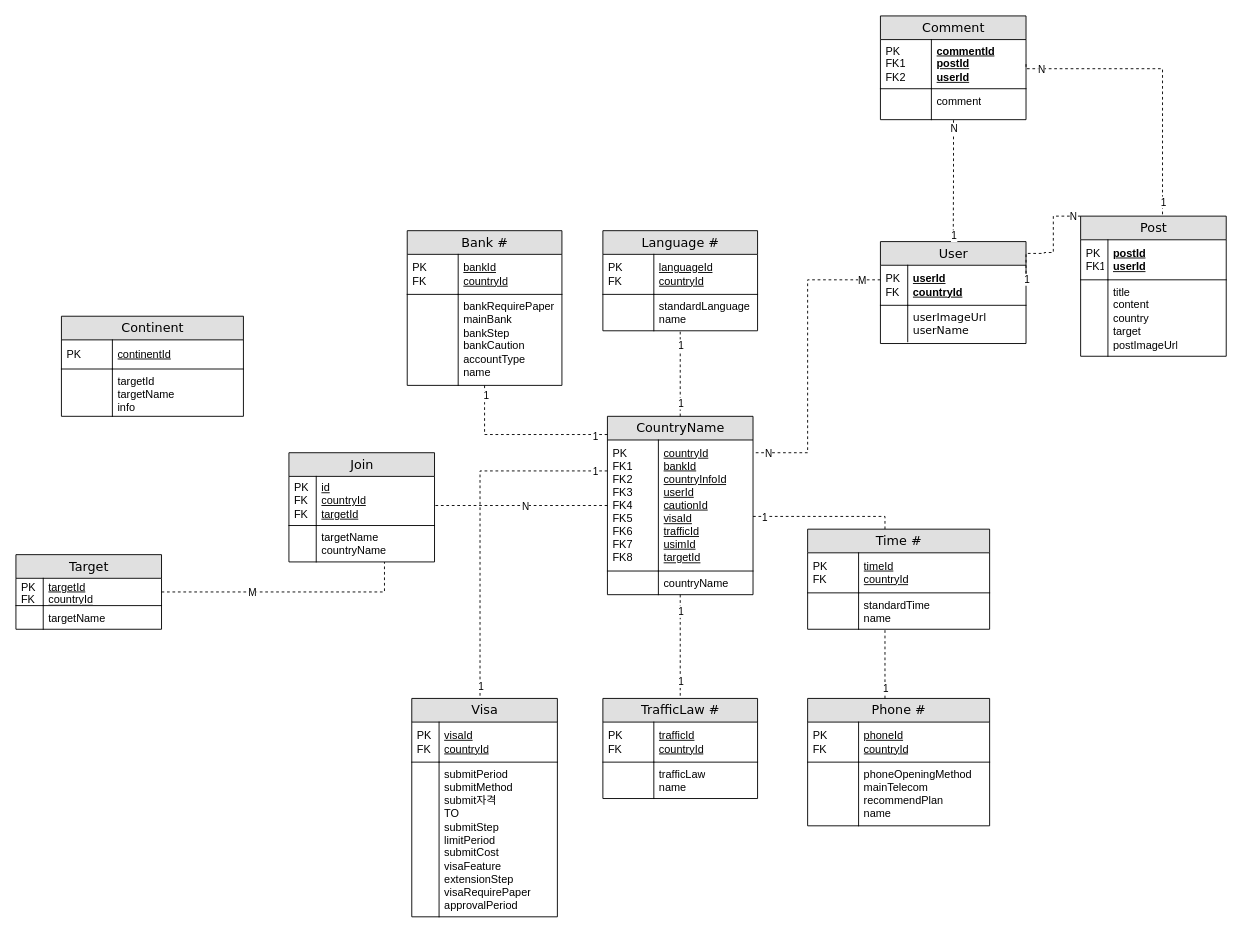
qwe1234k/finalProjectERD keeps this draw.io diagram as ERD.drawio. Above is the earlier version. Source tidied: cells renumbered, new cells numbered last; positions are measured from the earlier drawing's top-left corner, leaving out a move shared by most shapes. Both pictures are drawn from the tidied source at 91%, with x=0, y=0 at pixel (15, 15).
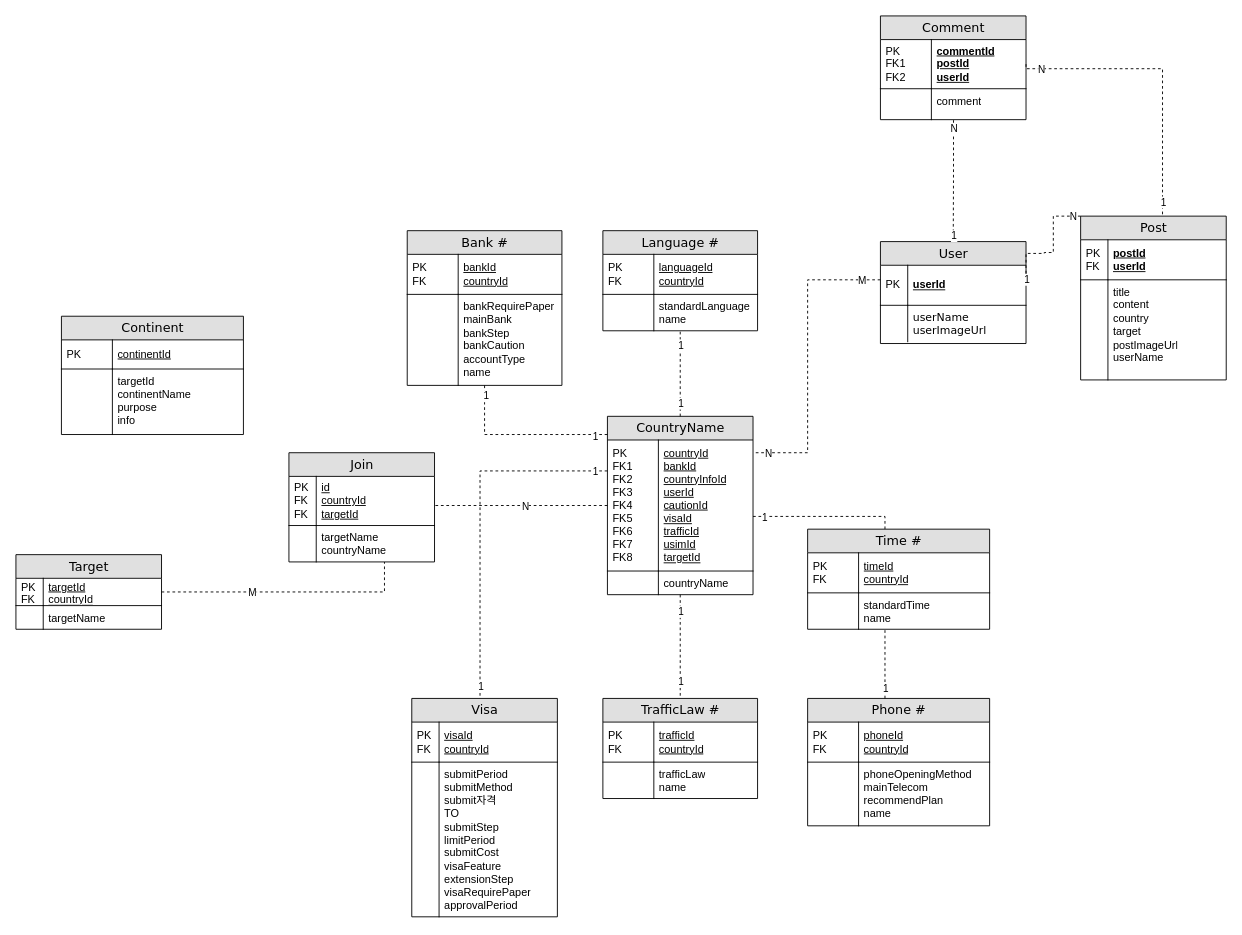
The same diagram, later.

The change refers to these unchanged cells:
```xml
<mxCell id="8" value="postId&lt;br&gt;userId" style="shape=partialRectangle;top=0;left=0;right=0;bottom=1;html=1;align=left;verticalAlign=middle;fillColor=none;spacingLeft=34;spacingRight=4;whiteSpace=wrap;overflow=hidden;fontStyle=5;" parent="7" vertex="1">
  <mxGeometry y="26" width="160" height="44" as="geometry" />
</mxCell>
<mxCell id="22" value="User" style="swimlane;html=1;fontStyle=0;horizontal=1;startSize=26;fillColor=#e0e0e0;swimlaneFillColor=#ffffff;align=center;rounded=0;shadow=0;comic=0;labelBackgroundColor=none;strokeWidth=1;fontFamily=Verdana;fontSize=14;" parent="1" vertex="1">
  <mxGeometry x="950" y="248" width="160" height="112" as="geometry" />
</mxCell>
```

The edit, as a diff of the source:
```diff
@@
     <mxCell id="7" value="Post" style="swimlane;html=1;fontStyle=0;horizontal=1;startSize=26;fillColor=#e0e0e0;swimlaneFillColor=#ffffff;align=center;rounded=0;shadow=0;comic=0;labelBackgroundColor=none;strokeWidth=1;fontFamily=Verdana;fontSize=14;" parent="1" vertex="1">
-      <mxGeometry x="1170" y="220" width="160" height="154" as="geometry" />
+      <mxGeometry x="1170" y="220" width="160" height="180" as="geometry" />
     </mxCell>
@@
-    <mxCell id="9" value="PK&lt;br&gt;FK1" style="shape=partialRectangle;top=0;left=0;bottom=0;html=1;fillColor=none;align=left;verticalAlign=middle;spacingLeft=4;spacingRight=4;whiteSpace=wrap;overflow=hidden;" parent="8" vertex="1">
+    <mxCell id="9" value="PK&lt;br&gt;FK" style="shape=partialRectangle;top=0;left=0;bottom=0;html=1;fillColor=none;align=left;verticalAlign=middle;spacingLeft=4;spacingRight=4;whiteSpace=wrap;overflow=hidden;" parent="8" vertex="1">
       <mxGeometry width="30" height="44" as="geometry" />
     </mxCell>
-    <mxCell id="10" value="title&lt;br&gt;content&lt;br&gt;country&lt;br&gt;target&lt;br&gt;postImageUrl" style="shape=partialRectangle;top=0;left=0;right=0;bottom=0;html=1;align=left;verticalAlign=top;fillColor=none;spacingLeft=34;spacingRight=4;whiteSpace=wrap;overflow=hidden;" parent="7" vertex="1">
-      <mxGeometry y="70" width="160" height="84" as="geometry" />
+    <mxCell id="10" value="title&lt;br&gt;content&lt;br&gt;country&lt;br&gt;target&lt;br&gt;postImageUrl&lt;br&gt;userName" style="shape=partialRectangle;top=0;left=0;right=0;bottom=0;html=1;align=left;verticalAlign=top;fillColor=none;spacingLeft=34;spacingRight=4;whiteSpace=wrap;overflow=hidden;" parent="7" vertex="1">
+      <mxGeometry y="70" width="160" height="110" as="geometry" />
     </mxCell>
     <mxCell id="11" style="shape=partialRectangle;top=0;left=0;bottom=0;html=1;fillColor=none;align=left;verticalAlign=top;spacingLeft=4;spacingRight=4;whiteSpace=wrap;overflow=hidden;" parent="10" vertex="1">
-      <mxGeometry width="30" height="84" as="geometry" />
+      <mxGeometry width="30" height="110" as="geometry" />
     </mxCell>
@@
-    <mxCell id="23" value="userId&lt;br&gt;countryId" style="shape=partialRectangle;top=0;left=0;right=0;bottom=1;html=1;align=left;verticalAlign=middle;fillColor=none;spacingLeft=34;spacingRight=4;whiteSpace=wrap;overflow=hidden;points=[[0,0.5],[1,0.5]];portConstraint=eastwest;fontStyle=5;" parent="22" vertex="1">
+    <mxCell id="23" value="userId&lt;br&gt;" style="shape=partialRectangle;top=0;left=0;right=0;bottom=1;html=1;align=left;verticalAlign=middle;fillColor=none;spacingLeft=34;spacingRight=4;whiteSpace=wrap;overflow=hidden;points=[[0,0.5],[1,0.5]];portConstraint=eastwest;fontStyle=5;" parent="22" vertex="1">
       <mxGeometry y="26" width="160" height="44" as="geometry" />
     </mxCell>
-    <mxCell id="24" value="PK&lt;br&gt;FK" style="shape=partialRectangle;top=0;left=0;bottom=0;html=1;fillColor=none;align=left;verticalAlign=middle;spacingLeft=4;spacingRight=4;whiteSpace=wrap;overflow=hidden;" parent="23" vertex="1">
+    <mxCell id="24" value="PK" style="shape=partialRectangle;top=0;left=0;bottom=0;html=1;fillColor=none;align=left;verticalAlign=middle;spacingLeft=4;spacingRight=4;whiteSpace=wrap;overflow=hidden;" parent="23" vertex="1">
       <mxGeometry width="30" height="44" as="geometry" />
     </mxCell>
-    <mxCell id="25" value="&lt;span style=&quot;font-family: &amp;#34;verdana&amp;#34;&quot;&gt;userImageUrl&lt;br&gt;&lt;/span&gt;&lt;span style=&quot;font-family: &amp;#34;verdana&amp;#34;&quot;&gt;userName&lt;/span&gt;&lt;span style=&quot;font-family: &amp;#34;verdana&amp;#34;&quot;&gt;&lt;br&gt;&lt;/span&gt;" style="shape=partialRectangle;top=0;left=0;right=0;bottom=0;html=1;align=left;verticalAlign=top;fillColor=none;spacingLeft=34;spacingRight=4;whiteSpace=wrap;overflow=hidden;" parent="22" vertex="1">
+    <mxCell id="25" value="&lt;span style=&quot;font-family: verdana;&quot;&gt;userName&lt;/span&gt;&lt;span style=&quot;font-family: &amp;quot;verdana&amp;quot;&quot;&gt;&lt;br&gt;userImageUrl&lt;/span&gt;&lt;span style=&quot;font-family: &amp;quot;verdana&amp;quot;&quot;&gt;&lt;br&gt;&lt;/span&gt;" style="shape=partialRectangle;top=0;left=0;right=0;bottom=0;html=1;align=left;verticalAlign=top;fillColor=none;spacingLeft=34;spacingRight=4;whiteSpace=wrap;overflow=hidden;" parent="22" vertex="1">
       <mxGeometry y="70" width="160" height="40" as="geometry" />
     </mxCell>
@@
     <mxCell id="92" value="Continent" style="swimlane;html=1;fontStyle=0;horizontal=1;startSize=26;fillColor=#e0e0e0;swimlaneFillColor=#ffffff;align=center;rounded=0;shadow=0;comic=0;labelBackgroundColor=none;strokeWidth=1;fontFamily=Verdana;fontSize=14;" parent="1" vertex="1">
-      <mxGeometry x="50" y="330" width="200" height="110" as="geometry" />
+      <mxGeometry x="50" y="330" width="200" height="130" as="geometry" />
     </mxCell>
@@
-    <mxCell id="95" value="targetId&lt;br&gt;targetName&lt;br&gt;info" style="shape=partialRectangle;top=0;left=0;right=0;bottom=0;html=1;align=left;verticalAlign=top;fillColor=none;spacingLeft=60;spacingRight=4;whiteSpace=wrap;overflow=hidden;" parent="92" vertex="1">
-      <mxGeometry y="58" width="200" height="52" as="geometry" />
+    <mxCell id="95" value="targetId&lt;br&gt;continentName&lt;br&gt;purpose&lt;br&gt;info" style="shape=partialRectangle;top=0;left=0;right=0;bottom=0;html=1;align=left;verticalAlign=top;fillColor=none;spacingLeft=60;spacingRight=4;whiteSpace=wrap;overflow=hidden;" parent="92" vertex="1">
+      <mxGeometry y="58" width="200" height="72" as="geometry" />
     </mxCell>
     <mxCell id="96" style="shape=partialRectangle;top=0;left=0;bottom=0;html=1;fillColor=none;align=left;verticalAlign=top;spacingLeft=4;spacingRight=4;whiteSpace=wrap;overflow=hidden;" parent="95" vertex="1">
-      <mxGeometry width="56" height="52" as="geometry" />
+      <mxGeometry width="56" height="72" as="geometry" />
     </mxCell>
```
